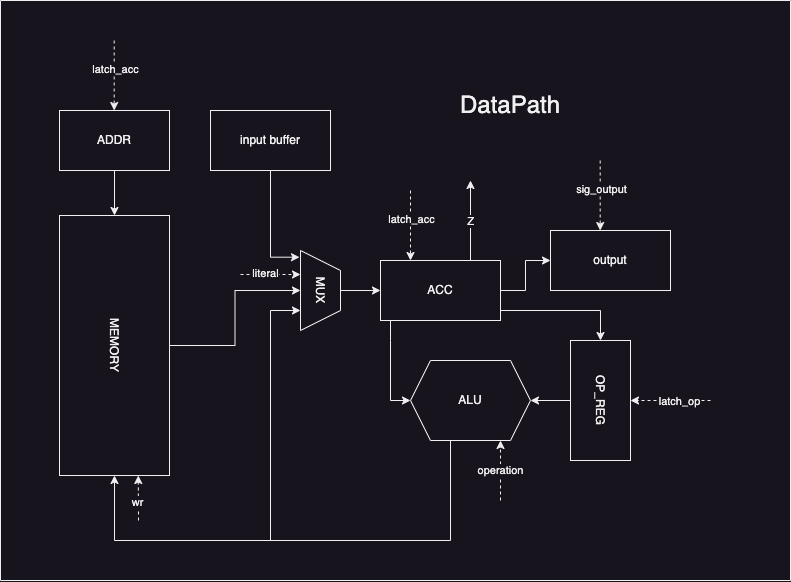
Before: report/ac_dp.png, a diagram exported from draw.io (dudosyka/supreme-waffle). Source tidied: cells renumbered, new cells last; positions are measured from the earlier drawing's top-left corner, leaving out a move shared by most shapes.
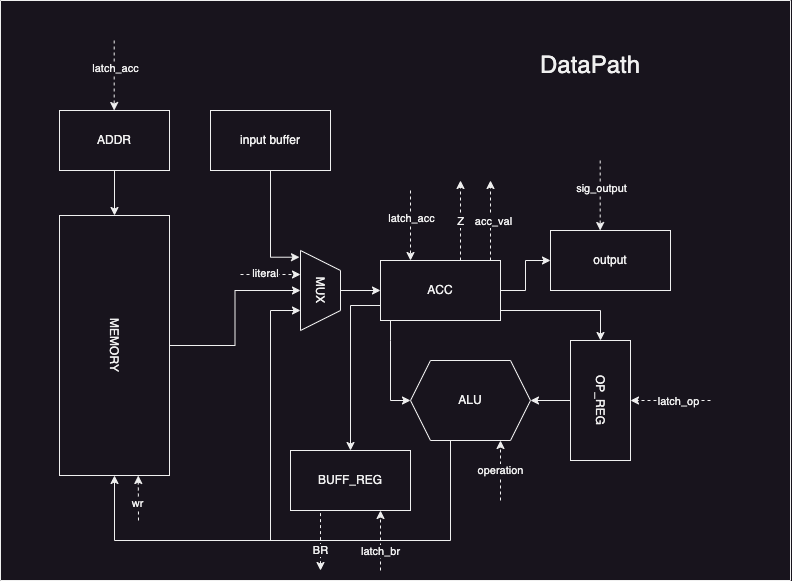
Above is the later version.

Diff of the diagram source:
```diff
@@ -13,20 +13,20 @@
     <mxCell id="3" value="ALU" style="shape=hexagon;perimeter=hexagonPerimeter2;whiteSpace=wrap;html=1;fixedSize=1;" parent="1" vertex="1">
       <mxGeometry x="426" y="360" width="120" height="80" as="geometry" />
     </mxCell>
-    <mxCell id="4" style="edgeStyle=orthogonalEdgeStyle;rounded=0;jettySize=auto;html=1;entryX=0.5;entryY=1;entryDx=0;entryDy=0;" parent="1" edge="1" source="5" target="16">
+    <mxCell id="4" style="edgeStyle=orthogonalEdgeStyle;rounded=0;jettySize=auto;html=1;entryX=0.5;entryY=1;entryDx=0;entryDy=0;" parent="1" edge="1" source="5" target="15">
       <mxGeometry relative="1" as="geometry" />
     </mxCell>
     <mxCell id="5" value="MEMORY" style="rounded=0;whiteSpace=wrap;html=1;rotation=90;" parent="1" vertex="1">
       <mxGeometry y="290" width="260" height="110" as="geometry" />
     </mxCell>
-    <mxCell id="6" style="edgeStyle=orthogonalEdgeStyle;rounded=0;jettySize=auto;html=1;entryX=0;entryY=0.5;entryDx=0;entryDy=0;" parent="1" edge="1" source="11" target="14">
+    <mxCell id="6" style="edgeStyle=orthogonalEdgeStyle;rounded=0;jettySize=auto;html=1;entryX=0;entryY=0.5;entryDx=0;entryDy=0;" parent="1" edge="1" source="10" target="13">
       <mxGeometry relative="1" as="geometry">
         <Array as="points">
           <mxPoint x="616" y="310" />
         </Array>
       </mxGeometry>
     </mxCell>
-    <mxCell id="7" style="edgeStyle=orthogonalEdgeStyle;rounded=0;jettySize=auto;html=1;entryX=0;entryY=0.5;entryDx=0;entryDy=0;" parent="1" edge="1" source="11" target="3">
+    <mxCell id="7" style="edgeStyle=orthogonalEdgeStyle;rounded=0;jettySize=auto;html=1;entryX=0;entryY=0.5;entryDx=0;entryDy=0;" parent="1" edge="1" source="10" target="3">
       <mxGeometry relative="1" as="geometry">
         <Array as="points">
           <mxPoint x="406" y="340" />
@@ -34,128 +34,180 @@
         </Array>
       </mxGeometry>
     </mxCell>
-    <mxCell id="8" style="edgeStyle=orthogonalEdgeStyle;rounded=0;jettySize=auto;html=1;entryX=0;entryY=0.5;entryDx=0;entryDy=0;" parent="1" edge="1" source="11" target="33">
+    <mxCell id="8" style="edgeStyle=orthogonalEdgeStyle;rounded=0;jettySize=auto;html=1;entryX=0;entryY=0.5;entryDx=0;entryDy=0;" parent="1" edge="1" source="10" target="31">
       <mxGeometry relative="1" as="geometry" />
     </mxCell>
-    <mxCell id="9" style="edgeStyle=orthogonalEdgeStyle;rounded=0;jettySize=auto;html=1;" parent="1" edge="1" source="11">
-      <mxGeometry relative="1" as="geometry">
-        <mxPoint x="486" y="180" as="targetPoint" />
-        <Array as="points">
-          <mxPoint x="486" y="220" />
-          <mxPoint x="486" y="220" />
-        </Array>
-      </mxGeometry>
+    <mxCell id="9" style="edgeStyle=orthogonalEdgeStyle;rounded=0;jettySize=auto;html=1;entryX=0.5;entryY=0;entryDx=0;entryDy=0;exitX=0;exitY=0.75;exitDx=0;exitDy=0;" parent="1" edge="1" source="10" target="39">
+      <mxGeometry relative="1" as="geometry" />
     </mxCell>
-    <mxCell id="10" value="Z" style="edgeLabel;html=1;align=center;verticalAlign=middle;points=[];" parent="9" vertex="1">
-      <mxGeometry x="-0.32" relative="1" as="geometry">
-        <mxPoint y="-12" as="offset" />
-      </mxGeometry>
+    <mxCell id="10" value="ACC" style="rounded=0;whiteSpace=wrap;html=1;" parent="1" vertex="1">
+      <mxGeometry x="396" y="260" width="120" height="60" as="geometry" />
     </mxCell>
-    <mxCell id="11" value="ACC" style="rounded=0;whiteSpace=wrap;html=1;" parent="1" vertex="1">
-      <mxGeometry x="396" y="260" width="120" height="60" as="geometry" />
+    <mxCell id="11" style="edgeStyle=orthogonalEdgeStyle;rounded=0;jettySize=auto;html=1;entryX=0;entryY=0.5;entryDx=0;entryDy=0;" parent="1" edge="1" source="35" target="5">
+      <mxGeometry relative="1" as="geometry" />
     </mxCell>
-    <mxCell id="12" style="edgeStyle=orthogonalEdgeStyle;rounded=0;jettySize=auto;html=1;entryX=0;entryY=0.5;entryDx=0;entryDy=0;" parent="1" edge="1" source="37" target="5">
+    <mxCell id="12" style="edgeStyle=orthogonalEdgeStyle;rounded=0;jettySize=auto;html=1;entryX=1;entryY=0.5;entryDx=0;entryDy=0;" parent="1" edge="1" source="13" target="3">
       <mxGeometry relative="1" as="geometry" />
     </mxCell>
-    <mxCell id="13" style="edgeStyle=orthogonalEdgeStyle;rounded=0;jettySize=auto;html=1;entryX=1;entryY=0.5;entryDx=0;entryDy=0;" parent="1" edge="1" source="14" target="3">
-      <mxGeometry relative="1" as="geometry" />
+    <mxCell id="13" value="OP_REG" style="rounded=0;whiteSpace=wrap;html=1;rotation=90;" parent="1" vertex="1">
+      <mxGeometry x="556" y="370" width="120" height="60" as="geometry" />
     </mxCell>
-    <mxCell id="14" value="OP_REG" style="rounded=0;whiteSpace=wrap;html=1;rotation=90;" parent="1" vertex="1">
-      <mxGeometry x="556" y="370" width="120" height="60" as="geometry" />
+    <mxCell id="14" style="edgeStyle=orthogonalEdgeStyle;rounded=0;jettySize=auto;html=1;entryX=0;entryY=0.5;entryDx=0;entryDy=0;" parent="1" edge="1" source="15" target="10">
+      <mxGeometry relative="1" as="geometry" />
     </mxCell>
-    <mxCell id="15" style="edgeStyle=orthogonalEdgeStyle;rounded=0;jettySize=auto;html=1;entryX=0;entryY=0.5;entryDx=0;entryDy=0;" parent="1" edge="1" source="16" target="11">
-      <mxGeometry relative="1" as="geometry" />
+    <mxCell id="15" value="MUX" style="shape=trapezoid;perimeter=trapezoidPerimeter;whiteSpace=wrap;html=1;fixedSize=1;rotation=90;" parent="1" vertex="1">
+      <mxGeometry x="296" y="270" width="80" height="40" as="geometry" />
     </mxCell>
-    <mxCell id="16" value="MUX" style="shape=trapezoid;perimeter=trapezoidPerimeter;whiteSpace=wrap;html=1;fixedSize=1;rotation=90;" parent="1" vertex="1">
-      <mxGeometry x="296" y="270" width="80" height="40" as="geometry" />
+    <mxCell id="16" style="endArrow=classic;html=1;rounded=0;entryX=0.75;entryY=1;entryDx=0;entryDy=0;edgeStyle=orthogonalEdgeStyle;" parent="1" edge="1" target="15">
+      <mxGeometry relative="1" as="geometry">
+        <mxPoint x="286" y="540" as="sourcePoint" />
+        <Array as="points">
+          <mxPoint x="286" y="310" />
+        </Array>
+      </mxGeometry>
     </mxCell>
-    <mxCell id="17" style="endArrow=classic;html=1;rounded=0;entryX=0.75;entryY=1;entryDx=0;entryDy=0;edgeStyle=orthogonalEdgeStyle;" parent="1" edge="1" target="16">
+    <mxCell id="17" style="endArrow=classic;dashed=1;html=1;rounded=0;entryX=0.25;entryY=1;entryDx=0;entryDy=0;endFill=1;" parent="1" edge="1">
       <mxGeometry relative="1" as="geometry">
-        <mxPoint x="286" y="540" as="sourcePoint" />
-        <Array as="points">
-          <mxPoint x="286" y="310" />
-        </Array>
+        <mxPoint x="256" y="274" as="sourcePoint" />
+        <mxPoint x="316" y="274" as="targetPoint" />
       </mxGeometry>
     </mxCell>
-    <mxCell id="18" style="endArrow=classic;dashed=1;html=1;rounded=0;entryX=0.25;entryY=1;entryDx=0;entryDy=0;endFill=1;" parent="1" edge="1">
-      <mxGeometry relative="1" as="geometry">
-        <mxPoint x="256" y="274" as="sourcePoint" />
-        <mxPoint x="316" y="274" as="targetPoint" />
-      </mxGeometry>
+    <mxCell id="18" value="literal" style="edgeLabel;html=1;align=center;verticalAlign=middle;" parent="17" vertex="1">
+      <mxGeometry x="-0.2" y="1" relative="1" as="geometry" />
     </mxCell>
-    <mxCell id="19" value="literal" style="edgeLabel;html=1;align=center;verticalAlign=middle;" parent="18" vertex="1">
-      <mxGeometry x="-0.2" y="1" relative="1" as="geometry" />
+    <mxCell id="19" style="edgeStyle=orthogonalEdgeStyle;rounded=0;jettySize=auto;html=1;entryX=0.084;entryY=1.025;entryDx=0;entryDy=0;entryPerimeter=0;exitX=0.5;exitY=1;exitDx=0;exitDy=0;" parent="1" edge="1" source="30" target="15">
+      <mxGeometry relative="1" as="geometry" />
     </mxCell>
-    <mxCell id="20" style="edgeStyle=orthogonalEdgeStyle;rounded=0;jettySize=auto;html=1;entryX=0.084;entryY=1.025;entryDx=0;entryDy=0;entryPerimeter=0;exitX=0.5;exitY=1;exitDx=0;exitDy=0;" parent="1" edge="1" source="32" target="16">
-      <mxGeometry relative="1" as="geometry" />
+    <mxCell id="20" style="endArrow=classic;dashed=1;html=1;rounded=0;entryX=0.25;entryY=0;entryDx=0;entryDy=0;endFill=1;" parent="1" edge="1" target="10">
+      <mxGeometry relative="1" as="geometry">
+        <mxPoint x="426" y="190" as="sourcePoint" />
+      </mxGeometry>
     </mxCell>
-    <mxCell id="21" style="endArrow=classic;dashed=1;html=1;rounded=0;entryX=0.25;entryY=0;entryDx=0;entryDy=0;endFill=1;" parent="1" edge="1" target="11">
-      <mxGeometry relative="1" as="geometry">
-        <mxPoint x="426" y="190" as="sourcePoint" />
-      </mxGeometry>
+    <mxCell id="21" value="latch_acc" style="edgeLabel;html=1;align=center;verticalAlign=middle;" parent="20" vertex="1">
+      <mxGeometry x="-0.2" y="1" relative="1" as="geometry" />
     </mxCell>
-    <mxCell id="22" value="latch_acc" style="edgeLabel;html=1;align=center;verticalAlign=middle;" parent="21" vertex="1">
-      <mxGeometry x="-0.2" y="1" relative="1" as="geometry" />
+    <mxCell id="22" style="endArrow=classic;dashed=1;html=1;rounded=0;entryX=0.5;entryY=0;entryDx=0;entryDy=0;endFill=1;" parent="1" edge="1" target="13">
+      <mxGeometry relative="1" as="geometry">
+        <mxPoint x="726" y="400" as="sourcePoint" />
+      </mxGeometry>
     </mxCell>
-    <mxCell id="23" style="endArrow=classic;dashed=1;html=1;rounded=0;entryX=0.5;entryY=0;entryDx=0;entryDy=0;endFill=1;" parent="1" edge="1" target="14">
-      <mxGeometry relative="1" as="geometry">
-        <mxPoint x="726" y="400" as="sourcePoint" />
-      </mxGeometry>
+    <mxCell id="23" value="latch_op" style="edgeLabel;html=1;align=center;verticalAlign=middle;" parent="22" vertex="1">
+      <mxGeometry x="-0.2" y="1" relative="1" as="geometry" />
     </mxCell>
-    <mxCell id="24" value="latch_op" style="edgeLabel;html=1;align=center;verticalAlign=middle;" parent="23" vertex="1">
-      <mxGeometry x="-0.2" y="1" relative="1" as="geometry" />
+    <mxCell id="24" style="endArrow=classic;dashed=1;html=1;rounded=0;entryX=1;entryY=0.284;entryDx=0;entryDy=0;endFill=1;entryPerimeter=0;" parent="1" edge="1" target="5">
+      <mxGeometry relative="1" as="geometry">
+        <mxPoint x="154" y="520" as="sourcePoint" />
+      </mxGeometry>
     </mxCell>
-    <mxCell id="25" style="endArrow=classic;dashed=1;html=1;rounded=0;entryX=1;entryY=0.284;entryDx=0;entryDy=0;endFill=1;entryPerimeter=0;" parent="1" edge="1" target="5">
-      <mxGeometry relative="1" as="geometry">
-        <mxPoint x="154" y="520" as="sourcePoint" />
-      </mxGeometry>
+    <mxCell id="25" value="wr" style="edgeLabel;html=1;align=center;verticalAlign=middle;" parent="24" vertex="1">
+      <mxGeometry x="-0.2" y="1" relative="1" as="geometry" />
     </mxCell>
-    <mxCell id="26" value="wr" style="edgeLabel;html=1;align=center;verticalAlign=middle;" parent="25" vertex="1">
-      <mxGeometry x="-0.2" y="1" relative="1" as="geometry" />
+    <mxCell id="26" style="endArrow=classic;dashed=1;html=1;rounded=0;entryX=1;entryY=0.284;entryDx=0;entryDy=0;endFill=1;entryPerimeter=0;" parent="1" edge="1">
+      <mxGeometry relative="1" as="geometry">
+        <mxPoint x="516" y="500" as="sourcePoint" />
+        <mxPoint x="516" y="440" as="targetPoint" />
+      </mxGeometry>
     </mxCell>
-    <mxCell id="27" style="endArrow=classic;dashed=1;html=1;rounded=0;entryX=1;entryY=0.284;entryDx=0;entryDy=0;endFill=1;entryPerimeter=0;" parent="1" edge="1">
-      <mxGeometry relative="1" as="geometry">
-        <mxPoint x="516" y="500" as="sourcePoint" />
-        <mxPoint x="516" y="440" as="targetPoint" />
+    <mxCell id="27" value="operation" style="edgeLabel;html=1;align=center;verticalAlign=middle;" parent="26" vertex="1">
+      <mxGeometry x="-0.2" y="1" relative="1" as="geometry">
+        <mxPoint x="1" y="-6" as="offset" />
       </mxGeometry>
     </mxCell>
-    <mxCell id="28" value="operation" style="edgeLabel;html=1;align=center;verticalAlign=middle;" parent="27" vertex="1">
-      <mxGeometry x="-0.2" y="1" relative="1" as="geometry">
-        <mxPoint x="1" y="-6" as="offset" />
+    <mxCell id="28" style="endArrow=classic;dashed=1;html=1;rounded=0;entryX=0.25;entryY=0;entryDx=0;entryDy=0;endFill=1;" parent="1" edge="1">
+      <mxGeometry relative="1" as="geometry">
+        <mxPoint x="129.7" y="40" as="sourcePoint" />
+        <mxPoint x="129.7" y="110" as="targetPoint" />
       </mxGeometry>
     </mxCell>
-    <mxCell id="29" style="endArrow=classic;dashed=1;html=1;rounded=0;entryX=0.25;entryY=0;entryDx=0;entryDy=0;endFill=1;" parent="1" edge="1">
-      <mxGeometry relative="1" as="geometry">
-        <mxPoint x="129.7" y="40" as="sourcePoint" />
-        <mxPoint x="129.7" y="110" as="targetPoint" />
-      </mxGeometry>
+    <mxCell id="29" value="latch_acc" style="edgeLabel;html=1;align=center;verticalAlign=middle;" parent="28" vertex="1">
+      <mxGeometry x="-0.2" y="1" relative="1" as="geometry" />
     </mxCell>
-    <mxCell id="30" value="latch_acc" style="edgeLabel;html=1;align=center;verticalAlign=middle;points=[];" parent="29" vertex="1">
-      <mxGeometry x="-0.2" y="1" relative="1" as="geometry" />
+    <mxCell id="30" value="input buffer" style="rounded=0;whiteSpace=wrap;html=1;" parent="1" vertex="1">
+      <mxGeometry x="226" y="110" width="120" height="60" as="geometry" />
     </mxCell>
-    <mxCell id="31" value="DataPath" style="text;html=1;align=center;verticalAlign=middle;whiteSpace=wrap;rounded=0;strokeWidth=1;fontSize=24;" parent="1" vertex="1">
-      <mxGeometry x="496" y="90" width="60" height="30" as="geometry" />
+    <mxCell id="31" value="output" style="rounded=0;whiteSpace=wrap;html=1;" parent="1" vertex="1">
+      <mxGeometry x="566" y="230" width="120" height="60" as="geometry" />
     </mxCell>
-    <mxCell id="32" value="input buffer" style="rounded=0;whiteSpace=wrap;html=1;" parent="1" vertex="1">
-      <mxGeometry x="226" y="110" width="120" height="60" as="geometry" />
+    <mxCell id="32" style="endArrow=classic;dashed=1;html=1;rounded=0;entryX=0.25;entryY=0;entryDx=0;entryDy=0;endFill=1;" parent="1" edge="1">
+      <mxGeometry relative="1" as="geometry">
+        <mxPoint x="615.7" y="160" as="sourcePoint" />
+        <mxPoint x="615.7" y="230" as="targetPoint" />
+      </mxGeometry>
     </mxCell>
-    <mxCell id="33" value="output" style="rounded=0;whiteSpace=wrap;html=1;" parent="1" vertex="1">
-      <mxGeometry x="566" y="230" width="120" height="60" as="geometry" />
+    <mxCell id="33" value="sig_output" style="edgeLabel;html=1;align=center;verticalAlign=middle;points=[];" parent="32" vertex="1">
+      <mxGeometry x="-0.2" y="1" relative="1" as="geometry" />
     </mxCell>
-    <mxCell id="34" style="endArrow=classic;dashed=1;html=1;rounded=0;entryX=0.25;entryY=0;entryDx=0;entryDy=0;endFill=1;" parent="1" edge="1">
-      <mxGeometry relative="1" as="geometry">
-        <mxPoint x="615.7" y="160" as="sourcePoint" />
-        <mxPoint x="615.7" y="230" as="targetPoint" />
-      </mxGeometry>
+    <mxCell id="34" style="swimlane;startSize=0;" parent="1" vertex="1">
+      <mxGeometry x="16" width="790" height="580" as="geometry" />
     </mxCell>
-    <mxCell id="35" value="sig_output" style="edgeLabel;html=1;align=center;verticalAlign=middle;points=[];" parent="34" vertex="1">
-      <mxGeometry x="-0.2" y="1" relative="1" as="geometry" />
+    <mxCell id="35" value="ADDR" style="rounded=0;whiteSpace=wrap;html=1;" parent="34" vertex="1">
+      <mxGeometry x="59" y="110" width="110" height="60" as="geometry" />
     </mxCell>
-    <mxCell id="36" style="swimlane;startSize=0;" parent="1" vertex="1">
-      <mxGeometry x="16" width="790" height="580" as="geometry" />
+    <mxCell id="36" style="edgeStyle=orthogonalEdgeStyle;rounded=0;orthogonalLoop=1;jettySize=auto;html=1;dashed=1;" parent="34" edge="1">
+      <mxGeometry relative="1" as="geometry">
+        <mxPoint x="490" y="260" as="sourcePoint" />
+        <mxPoint x="490" y="180" as="targetPoint" />
+        <Array as="points">
+          <mxPoint x="490" y="220" />
+          <mxPoint x="490" y="220" />
+        </Array>
+      </mxGeometry>
     </mxCell>
-    <mxCell id="37" value="ADDR" style="rounded=0;whiteSpace=wrap;html=1;" parent="36" vertex="1">
-      <mxGeometry x="59" y="110" width="110" height="60" as="geometry" />
+    <mxCell id="37" value="acc_val" style="edgeLabel;html=1;align=center;verticalAlign=middle;points=[];" parent="36" vertex="1">
+      <mxGeometry x="-0.06" y="-3" relative="1" as="geometry">
+        <mxPoint y="-2" as="offset" />
+      </mxGeometry>
     </mxCell>
+    <mxCell id="38" value="DataPath" style="text;html=1;align=center;verticalAlign=middle;whiteSpace=wrap;rounded=0;strokeWidth=1;fontSize=24;" parent="34" vertex="1">
+      <mxGeometry x="560" y="50" width="60" height="30" as="geometry" />
+    </mxCell>
+    <mxCell id="39" value="BUFF_REG" style="rounded=0;whiteSpace=wrap;html=1;rotation=0;" parent="34" vertex="1">
+      <mxGeometry x="290" y="450" width="120" height="60" as="geometry" />
+    </mxCell>
+    <mxCell id="40" style="edgeStyle=orthogonalEdgeStyle;rounded=0;orthogonalLoop=1;jettySize=auto;html=1;dashed=1;" parent="34" edge="1">
+      <mxGeometry relative="1" as="geometry">
+        <mxPoint x="380" y="570" as="sourcePoint" />
+        <mxPoint x="380" y="510" as="targetPoint" />
+        <Array as="points">
+          <mxPoint x="380" y="550" />
+          <mxPoint x="380" y="550" />
+        </Array>
+      </mxGeometry>
+    </mxCell>
+    <mxCell id="41" value="latch_br" style="edgeLabel;html=1;align=center;verticalAlign=middle;" parent="40" vertex="1">
+      <mxGeometry x="-0.06" y="-2" relative="1" as="geometry">
+        <mxPoint x="-2" y="8" as="offset" />
+      </mxGeometry>
+    </mxCell>
+    <mxCell id="42" style="edgeStyle=orthogonalEdgeStyle;rounded=0;orthogonalLoop=1;jettySize=auto;html=1;dashed=1;" parent="34" edge="1">
+      <mxGeometry relative="1" as="geometry">
+        <mxPoint x="460" y="260" as="sourcePoint" />
+        <mxPoint x="460" y="180" as="targetPoint" />
+        <Array as="points">
+          <mxPoint x="460" y="220" />
+          <mxPoint x="460" y="220" />
+        </Array>
+      </mxGeometry>
+    </mxCell>
+    <mxCell id="43" value="Z" style="edgeLabel;html=1;align=center;verticalAlign=middle;" parent="42" vertex="1">
+      <mxGeometry x="-0.32" relative="1" as="geometry">
+        <mxPoint y="-12" as="offset" />
+      </mxGeometry>
+    </mxCell>
+    <mxCell id="44" style="edgeStyle=orthogonalEdgeStyle;rounded=0;orthogonalLoop=1;jettySize=auto;html=1;dashed=1;startArrow=classic;startFill=1;endArrow=none;endFill=0;" parent="34" edge="1">
+      <mxGeometry relative="1" as="geometry">
+        <mxPoint x="320" y="570" as="sourcePoint" />
+        <mxPoint x="320" y="510" as="targetPoint" />
+        <Array as="points">
+          <mxPoint x="320" y="550" />
+          <mxPoint x="320" y="550" />
+        </Array>
+      </mxGeometry>
+    </mxCell>
+    <mxCell id="45" value="BR" style="edgeLabel;html=1;align=center;verticalAlign=middle;" parent="44" vertex="1">
+      <mxGeometry x="-0.06" y="-2" relative="1" as="geometry">
+        <mxPoint x="-2" y="7" as="offset" />
+      </mxGeometry>
+    </mxCell>
   </root>
 </mxGraphModel>
```
